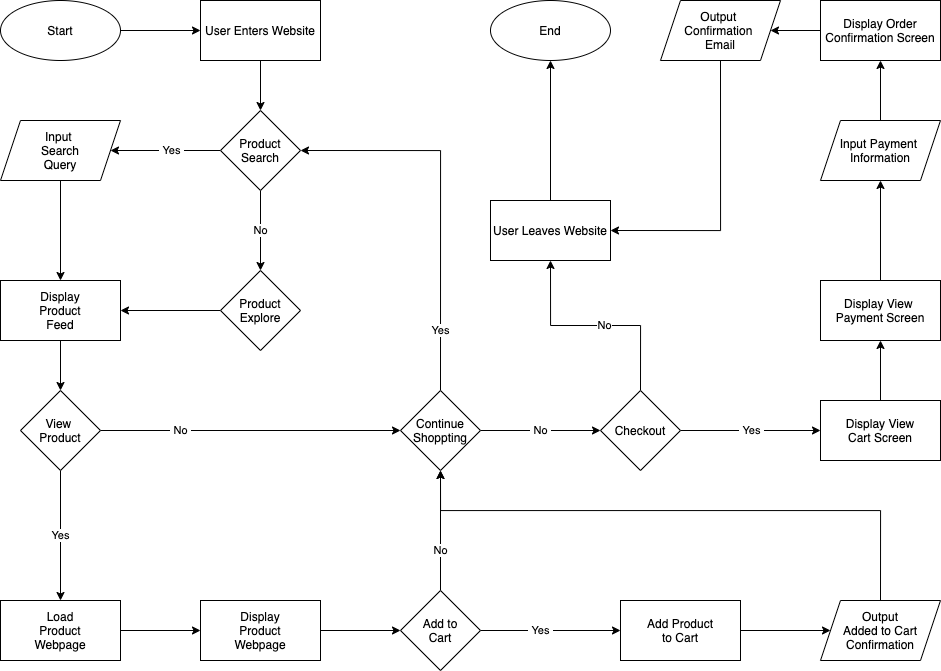
ArmanOmmid/fa21-cse110-lab4 keeps this draw.io diagram as explore/diagramming/diagram.drawio.png. Above is the earlier version. Source tidied: cells renumbered, new cells last; positions are measured from the earlier drawing's top-left corner, leaving out a move shared by most shapes.
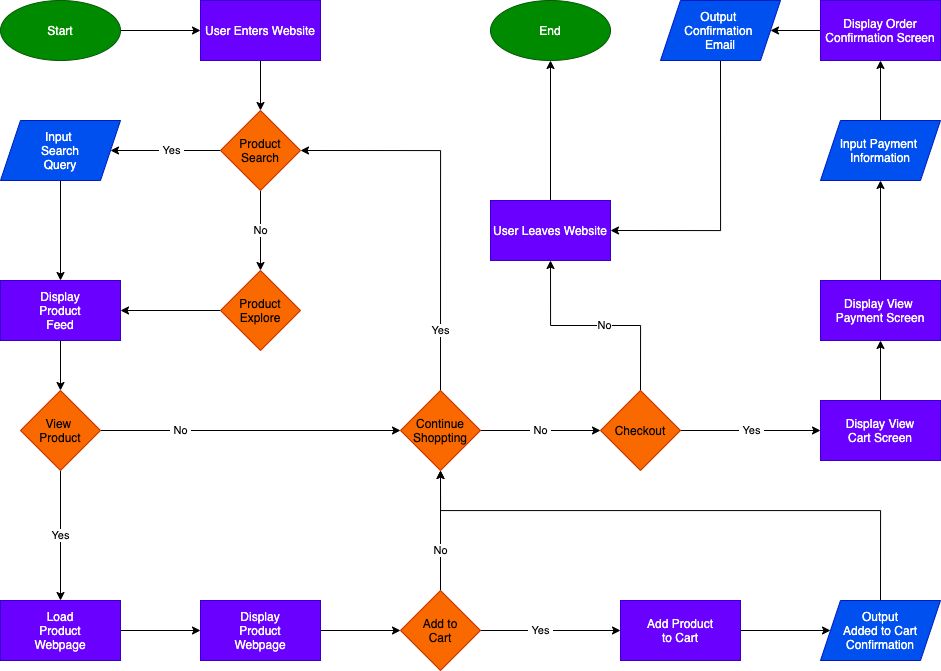
After the commit.

What changed in the source:
```diff
@@ -5,7 +5,7 @@
     <mxCell id="2" style="edgeStyle=orthogonalEdgeStyle;rounded=0;jettySize=auto;html=1;entryX=0;entryY=0.5;entryDx=0;entryDy=0;" parent="1" edge="1" source="3" target="10">
       <mxGeometry relative="1" as="geometry" />
     </mxCell>
-    <mxCell id="3" value="Start" style="ellipse;whiteSpace=wrap;html=1;" parent="1" vertex="1">
+    <mxCell id="3" value="Start" style="ellipse;whiteSpace=wrap;html=1;fillColor=#008a00;strokeColor=#005700;fontColor=#ffffff;" parent="1" vertex="1">
       <mxGeometry width="120" height="60" as="geometry" />
     </mxCell>
     <mxCell id="4" value="&amp;nbsp;Yes&amp;nbsp;" style="edgeStyle=orthogonalEdgeStyle;rounded=0;jettySize=auto;html=1;exitX=0;exitY=0.5;exitDx=0;exitDy=0;entryX=1;entryY=0.5;entryDx=0;entryDy=0;" parent="1" edge="1" source="6" target="12">
@@ -14,31 +14,31 @@
     <mxCell id="5" value="No" style="edgeStyle=orthogonalEdgeStyle;rounded=0;jettySize=auto;html=1;exitX=0.5;exitY=1;exitDx=0;exitDy=0;entryX=0.5;entryY=0;entryDx=0;entryDy=0;" parent="1" edge="1" source="6" target="8">
       <mxGeometry relative="1" as="geometry" />
     </mxCell>
-    <mxCell id="6" value="Product Search" style="rhombus;whiteSpace=wrap;html=1;" parent="1" vertex="1">
+    <mxCell id="6" value="Product Search" style="rhombus;whiteSpace=wrap;html=1;fillColor=#fa6800;strokeColor=#C73500;fontColor=#000000;" parent="1" vertex="1">
       <mxGeometry x="220" y="110" width="80" height="80" as="geometry" />
     </mxCell>
     <mxCell id="7" style="edgeStyle=orthogonalEdgeStyle;rounded=0;jettySize=auto;html=1;exitX=0;exitY=0.5;exitDx=0;exitDy=0;entryX=1;entryY=0.5;entryDx=0;entryDy=0;" parent="1" edge="1" source="8" target="14">
       <mxGeometry relative="1" as="geometry" />
     </mxCell>
-    <mxCell id="8" value="Product Explore" style="rhombus;whiteSpace=wrap;html=1;" parent="1" vertex="1">
+    <mxCell id="8" value="Product Explore" style="rhombus;whiteSpace=wrap;html=1;fillColor=#fa6800;strokeColor=#C73500;fontColor=#000000;" parent="1" vertex="1">
       <mxGeometry x="220" y="270" width="80" height="80" as="geometry" />
     </mxCell>
     <mxCell id="9" style="edgeStyle=orthogonalEdgeStyle;rounded=0;jettySize=auto;html=1;exitX=0.5;exitY=1;exitDx=0;exitDy=0;entryX=0.5;entryY=0;entryDx=0;entryDy=0;" parent="1" edge="1" source="10" target="6">
       <mxGeometry relative="1" as="geometry" />
     </mxCell>
-    <mxCell id="10" value="User Enters Website" style="whiteSpace=wrap;html=1;" parent="1" vertex="1">
+    <mxCell id="10" value="User Enters Website" style="whiteSpace=wrap;html=1;fillColor=#6a00ff;strokeColor=#3700CC;fontColor=#ffffff;" parent="1" vertex="1">
       <mxGeometry x="200" width="120" height="60" as="geometry" />
     </mxCell>
     <mxCell id="11" style="edgeStyle=orthogonalEdgeStyle;rounded=0;jettySize=auto;html=1;exitX=0.5;exitY=1;exitDx=0;exitDy=0;entryX=0.5;entryY=0;entryDx=0;entryDy=0;" parent="1" edge="1" source="12" target="14">
       <mxGeometry relative="1" as="geometry" />
     </mxCell>
-    <mxCell id="12" value="Input &lt;br&gt;Search&lt;br&gt;Query" style="shape=parallelogram;perimeter=parallelogramPerimeter;whiteSpace=wrap;html=1;fixedSize=1;" parent="1" vertex="1">
+    <mxCell id="12" value="Input &lt;br&gt;Search&lt;br&gt;Query" style="shape=parallelogram;perimeter=parallelogramPerimeter;whiteSpace=wrap;html=1;fixedSize=1;fillColor=#0050ef;strokeColor=#001DBC;fontColor=#ffffff;" parent="1" vertex="1">
       <mxGeometry y="120" width="120" height="60" as="geometry" />
     </mxCell>
     <mxCell id="13" style="edgeStyle=orthogonalEdgeStyle;rounded=0;jettySize=auto;html=1;exitX=0.5;exitY=1;exitDx=0;exitDy=0;" parent="1" edge="1" source="14" target="17">
       <mxGeometry relative="1" as="geometry" />
     </mxCell>
-    <mxCell id="14" value="Display&lt;br&gt;Product&lt;br&gt;Feed" style="shape=parallelogram;perimeter=parallelogramPerimeter;whiteSpace=wrap;html=1;fixedSize=1;size=-10;" parent="1" vertex="1">
+    <mxCell id="14" value="Display&lt;br&gt;Product&lt;br&gt;Feed" style="shape=parallelogram;perimeter=parallelogramPerimeter;whiteSpace=wrap;html=1;fixedSize=1;size=-10;fillColor=#6a00ff;strokeColor=#3700CC;fontColor=#ffffff;" parent="1" vertex="1">
       <mxGeometry y="280" width="120" height="60" as="geometry" />
     </mxCell>
     <mxCell id="15" value="Yes" style="edgeStyle=orthogonalEdgeStyle;rounded=0;jettySize=auto;html=1;exitX=0.5;exitY=1;exitDx=0;exitDy=0;entryX=0.5;entryY=0;entryDx=0;entryDy=0;" parent="1" edge="1" source="17" target="22">
@@ -47,7 +47,7 @@
     <mxCell id="16" value="&amp;nbsp;No&amp;nbsp;" style="edgeStyle=orthogonalEdgeStyle;rounded=0;jettySize=auto;html=1;exitX=1;exitY=0.5;exitDx=0;exitDy=0;entryX=0;entryY=0.5;entryDx=0;entryDy=0;" parent="1" edge="1" source="17" target="20">
       <mxGeometry x="-0.47" relative="1" as="geometry" />
     </mxCell>
-    <mxCell id="17" value="View &lt;br&gt;Product" style="rhombus;whiteSpace=wrap;html=1;" parent="1" vertex="1">
+    <mxCell id="17" value="View &lt;br&gt;Product" style="rhombus;whiteSpace=wrap;html=1;fillColor=#fa6800;strokeColor=#C73500;fontColor=#000000;" parent="1" vertex="1">
       <mxGeometry x="20" y="390" width="80" height="80" as="geometry" />
     </mxCell>
     <mxCell id="18" value="Yes" style="edgeStyle=orthogonalEdgeStyle;rounded=0;jettySize=auto;html=1;exitX=0.5;exitY=0;exitDx=0;exitDy=0;entryX=1;entryY=0.5;entryDx=0;entryDy=0;" parent="1" edge="1" source="20" target="6">
@@ -56,7 +56,7 @@
     <mxCell id="19" value="&amp;nbsp;No&amp;nbsp;" style="edgeStyle=orthogonalEdgeStyle;rounded=0;jettySize=auto;html=1;exitX=1;exitY=0.5;exitDx=0;exitDy=0;entryX=0;entryY=0.5;entryDx=0;entryDy=0;" parent="1" edge="1" source="20" target="34">
       <mxGeometry relative="1" as="geometry" />
     </mxCell>
-    <mxCell id="20" value="Continue Shoppting" style="rhombus;whiteSpace=wrap;html=1;" parent="1" vertex="1">
+    <mxCell id="20" value="Continue Shoppting" style="rhombus;whiteSpace=wrap;html=1;fillColor=#fa6800;strokeColor=#C73500;fontColor=#000000;" parent="1" vertex="1">
       <mxGeometry x="400" y="390" width="80" height="80" as="geometry" />
     </mxCell>
     <mxCell id="21" style="edgeStyle=orthogonalEdgeStyle;rounded=0;jettySize=auto;html=1;exitX=1;exitY=0.5;exitDx=0;exitDy=0;entryX=0;entryY=0.5;entryDx=0;entryDy=0;" parent="1" edge="1" target="24">
@@ -64,13 +64,13 @@
         <mxPoint x="120" y="630" as="sourcePoint" />
       </mxGeometry>
     </mxCell>
-    <mxCell id="22" value="Load&lt;br&gt;Product&lt;br&gt;Webpage" style="whiteSpace=wrap;html=1;" parent="1" vertex="1">
+    <mxCell id="22" value="Load&lt;br&gt;Product&lt;br&gt;Webpage" style="whiteSpace=wrap;html=1;fillColor=#6a00ff;strokeColor=#3700CC;fontColor=#ffffff;" parent="1" vertex="1">
       <mxGeometry y="600" width="120" height="60" as="geometry" />
     </mxCell>
     <mxCell id="23" style="edgeStyle=orthogonalEdgeStyle;rounded=0;jettySize=auto;html=1;exitX=1;exitY=0.5;exitDx=0;exitDy=0;entryX=0;entryY=0.5;entryDx=0;entryDy=0;" parent="1" edge="1" source="24" target="27">
       <mxGeometry relative="1" as="geometry" />
     </mxCell>
-    <mxCell id="24" value="Display&lt;br&gt;Product&lt;br&gt;Webpage" style="shape=parallelogram;perimeter=parallelogramPerimeter;whiteSpace=wrap;html=1;fixedSize=1;size=0;" parent="1" vertex="1">
+    <mxCell id="24" value="Display&lt;br&gt;Product&lt;br&gt;Webpage" style="shape=parallelogram;perimeter=parallelogramPerimeter;whiteSpace=wrap;html=1;fixedSize=1;size=0;fillColor=#6a00ff;strokeColor=#3700CC;fontColor=#ffffff;" parent="1" vertex="1">
       <mxGeometry x="200" y="600" width="120" height="60" as="geometry" />
     </mxCell>
     <mxCell id="25" value="No" style="edgeStyle=orthogonalEdgeStyle;rounded=0;jettySize=auto;html=1;exitX=0.5;exitY=0;exitDx=0;exitDy=0;entryX=0.5;entryY=1;entryDx=0;entryDy=0;" parent="1" edge="1" source="27" target="20">
@@ -79,13 +79,13 @@
     <mxCell id="26" value="&amp;nbsp;Yes&amp;nbsp;" style="edgeStyle=orthogonalEdgeStyle;rounded=0;jettySize=auto;html=1;exitX=1;exitY=0.5;exitDx=0;exitDy=0;entryX=0;entryY=0.5;entryDx=0;entryDy=0;" parent="1" edge="1" source="27" target="29">
       <mxGeometry x="-0.14" relative="1" as="geometry" />
     </mxCell>
-    <mxCell id="27" value="Add to&lt;br&gt;Cart" style="rhombus;whiteSpace=wrap;html=1;" parent="1" vertex="1">
+    <mxCell id="27" value="Add to&lt;br&gt;Cart" style="rhombus;whiteSpace=wrap;html=1;fillColor=#fa6800;strokeColor=#C73500;fontColor=#000000;" parent="1" vertex="1">
       <mxGeometry x="400" y="590" width="80" height="80" as="geometry" />
     </mxCell>
     <mxCell id="28" style="edgeStyle=orthogonalEdgeStyle;rounded=0;jettySize=auto;html=1;exitX=1;exitY=0.5;exitDx=0;exitDy=0;entryX=0;entryY=0.5;entryDx=0;entryDy=0;" parent="1" edge="1" source="29" target="31">
       <mxGeometry relative="1" as="geometry" />
     </mxCell>
-    <mxCell id="29" value="Add Product&lt;br&gt;to Cart" style="whiteSpace=wrap;html=1;" parent="1" vertex="1">
+    <mxCell id="29" value="Add Product&lt;br&gt;to Cart" style="whiteSpace=wrap;html=1;fillColor=#6a00ff;strokeColor=#3700CC;fontColor=#ffffff;" parent="1" vertex="1">
       <mxGeometry x="620" y="600" width="120" height="60" as="geometry" />
     </mxCell>
     <mxCell id="30" style="edgeStyle=orthogonalEdgeStyle;rounded=0;jettySize=auto;html=1;exitX=0.5;exitY=0;exitDx=0;exitDy=0;entryX=0.5;entryY=1;entryDx=0;entryDy=0;" parent="1" edge="1" source="31" target="20">
@@ -96,7 +96,7 @@
         </Array>
       </mxGeometry>
     </mxCell>
-    <mxCell id="31" value="Output&lt;br&gt;Added to Cart&lt;br&gt;Confirmation" style="shape=parallelogram;perimeter=parallelogramPerimeter;whiteSpace=wrap;html=1;fixedSize=1;" parent="1" vertex="1">
+    <mxCell id="31" value="Output&lt;br&gt;Added to Cart&lt;br&gt;Confirmation" style="shape=parallelogram;perimeter=parallelogramPerimeter;whiteSpace=wrap;html=1;fixedSize=1;fillColor=#0050ef;strokeColor=#001DBC;fontColor=#ffffff;" parent="1" vertex="1">
       <mxGeometry x="820" y="600" width="120" height="60" as="geometry" />
     </mxCell>
     <mxCell id="32" value="No" style="edgeStyle=orthogonalEdgeStyle;rounded=0;jettySize=auto;html=1;exitX=0.5;exitY=0;exitDx=0;exitDy=0;entryX=0.5;entryY=1;entryDx=0;entryDy=0;" parent="1" edge="1" source="34" target="37">
@@ -107,40 +107,40 @@
         <mxPoint x="820" y="430" as="targetPoint" />
       </mxGeometry>
     </mxCell>
-    <mxCell id="34" value="Checkout" style="rhombus;whiteSpace=wrap;html=1;" parent="1" vertex="1">
+    <mxCell id="34" value="Checkout" style="rhombus;whiteSpace=wrap;html=1;fillColor=#fa6800;strokeColor=#C73500;fontColor=#000000;" parent="1" vertex="1">
       <mxGeometry x="600" y="390" width="80" height="80" as="geometry" />
     </mxCell>
-    <mxCell id="35" value="End" style="ellipse;whiteSpace=wrap;html=1;" parent="1" vertex="1">
+    <mxCell id="35" value="End" style="ellipse;whiteSpace=wrap;html=1;fillColor=#008a00;strokeColor=#005700;fontColor=#ffffff;" parent="1" vertex="1">
       <mxGeometry x="490" width="120" height="60" as="geometry" />
     </mxCell>
     <mxCell id="36" style="edgeStyle=orthogonalEdgeStyle;rounded=0;jettySize=auto;html=1;exitX=0.5;exitY=0;exitDx=0;exitDy=0;entryX=0.5;entryY=1;entryDx=0;entryDy=0;" parent="1" edge="1" source="37" target="35">
       <mxGeometry relative="1" as="geometry" />
     </mxCell>
-    <mxCell id="37" value="User Leaves Website" style="whiteSpace=wrap;html=1;" parent="1" vertex="1">
+    <mxCell id="37" value="User Leaves Website" style="whiteSpace=wrap;html=1;fillColor=#6a00ff;strokeColor=#3700CC;fontColor=#ffffff;" parent="1" vertex="1">
       <mxGeometry x="490" y="200" width="120" height="60" as="geometry" />
     </mxCell>
     <mxCell id="38" style="edgeStyle=orthogonalEdgeStyle;rounded=0;jettySize=auto;html=1;exitX=0.5;exitY=0;exitDx=0;exitDy=0;entryX=0.5;entryY=1;entryDx=0;entryDy=0;" parent="1" edge="1" source="39" target="41">
       <mxGeometry relative="1" as="geometry" />
     </mxCell>
-    <mxCell id="39" value="Display View&lt;br&gt;Cart Screen" style="shape=parallelogram;perimeter=parallelogramPerimeter;whiteSpace=wrap;html=1;fixedSize=1;size=0;" parent="1" vertex="1">
+    <mxCell id="39" value="Display View&lt;br&gt;Cart Screen" style="shape=parallelogram;perimeter=parallelogramPerimeter;whiteSpace=wrap;html=1;fixedSize=1;size=0;fillColor=#6a00ff;strokeColor=#3700CC;fontColor=#ffffff;" parent="1" vertex="1">
       <mxGeometry x="820" y="400" width="120" height="60" as="geometry" />
     </mxCell>
     <mxCell id="40" style="edgeStyle=orthogonalEdgeStyle;rounded=0;jettySize=auto;html=1;exitX=0.5;exitY=0;exitDx=0;exitDy=0;entryX=0.5;entryY=1;entryDx=0;entryDy=0;" parent="1" edge="1" source="41" target="43">
       <mxGeometry relative="1" as="geometry" />
     </mxCell>
-    <mxCell id="41" value="Display View &lt;br&gt;Payment Screen" style="shape=parallelogram;perimeter=parallelogramPerimeter;whiteSpace=wrap;html=1;fixedSize=1;size=0;" parent="1" vertex="1">
+    <mxCell id="41" value="Display View &lt;br&gt;Payment Screen" style="shape=parallelogram;perimeter=parallelogramPerimeter;whiteSpace=wrap;html=1;fixedSize=1;size=0;fillColor=#6a00ff;strokeColor=#3700CC;fontColor=#ffffff;" parent="1" vertex="1">
       <mxGeometry x="820" y="280" width="120" height="60" as="geometry" />
     </mxCell>
     <mxCell id="42" style="edgeStyle=orthogonalEdgeStyle;rounded=0;jettySize=auto;html=1;exitX=0.5;exitY=0;exitDx=0;exitDy=0;entryX=0.5;entryY=1;entryDx=0;entryDy=0;" parent="1" edge="1" source="43" target="45">
       <mxGeometry relative="1" as="geometry" />
     </mxCell>
-    <mxCell id="43" value="Input Payment&amp;nbsp;&lt;br&gt;Information" style="shape=parallelogram;perimeter=parallelogramPerimeter;whiteSpace=wrap;html=1;fixedSize=1;" parent="1" vertex="1">
+    <mxCell id="43" value="Input Payment&amp;nbsp;&lt;br&gt;Information" style="shape=parallelogram;perimeter=parallelogramPerimeter;whiteSpace=wrap;html=1;fixedSize=1;fillColor=#0050ef;strokeColor=#001DBC;fontColor=#ffffff;" parent="1" vertex="1">
       <mxGeometry x="820" y="120" width="120" height="60" as="geometry" />
     </mxCell>
     <mxCell id="44" style="edgeStyle=orthogonalEdgeStyle;rounded=0;jettySize=auto;html=1;exitX=0;exitY=0.5;exitDx=0;exitDy=0;entryX=1;entryY=0.5;entryDx=0;entryDy=0;" parent="1" edge="1" source="45" target="47">
       <mxGeometry relative="1" as="geometry" />
     </mxCell>
-    <mxCell id="45" value="Display Order&lt;br&gt;Confirmation Screen" style="whiteSpace=wrap;html=1;" parent="1" vertex="1">
+    <mxCell id="45" value="Display Order&lt;br&gt;Confirmation Screen" style="whiteSpace=wrap;html=1;fillColor=#6a00ff;strokeColor=#3700CC;fontColor=#ffffff;" parent="1" vertex="1">
       <mxGeometry x="820" width="120" height="60" as="geometry" />
     </mxCell>
     <mxCell id="46" style="edgeStyle=orthogonalEdgeStyle;rounded=0;jettySize=auto;html=1;exitX=0.5;exitY=1;exitDx=0;exitDy=0;entryX=1;entryY=0.5;entryDx=0;entryDy=0;" parent="1" edge="1" source="47" target="37">
@@ -150,7 +150,7 @@
         </Array>
       </mxGeometry>
     </mxCell>
-    <mxCell id="47" value="Output &lt;br&gt;Confirmation &lt;br&gt;Email" style="shape=parallelogram;perimeter=parallelogramPerimeter;whiteSpace=wrap;html=1;fixedSize=1;" parent="1" vertex="1">
+    <mxCell id="47" value="Output &lt;br&gt;Confirmation &lt;br&gt;Email" style="shape=parallelogram;perimeter=parallelogramPerimeter;whiteSpace=wrap;html=1;fixedSize=1;fillColor=#0050ef;strokeColor=#001DBC;fontColor=#ffffff;" parent="1" vertex="1">
       <mxGeometry x="660" width="120" height="60" as="geometry" />
     </mxCell>
   </root>
```
